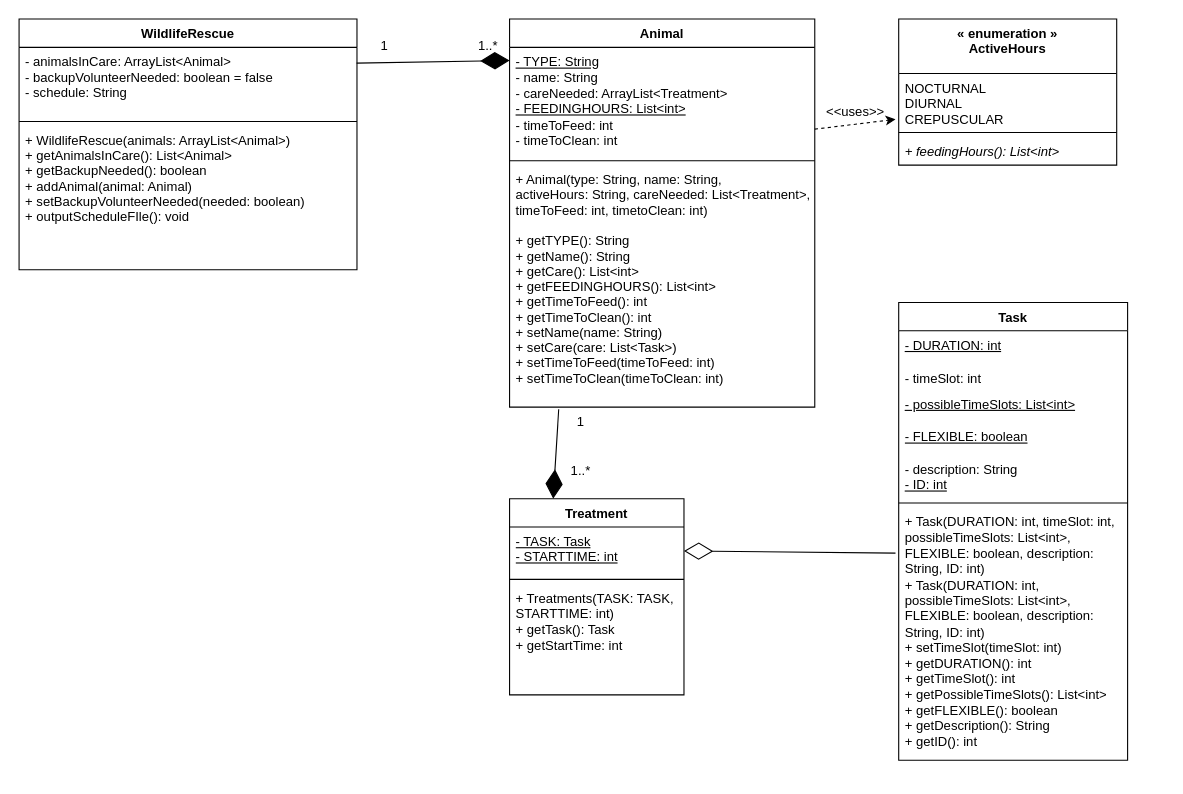
Above: 64.drawio in aryan-karadia/Mock-Schedule-Builder (draw.io), before the change. Source tidied: cells renumbered, new cells numbered last; positions are measured from the earlier drawing's top-left corner, leaving out a move shared by most shapes. Both pictures are drawn from the tidied source at 109%, with x=0, y=0 at pixel (19, 19).
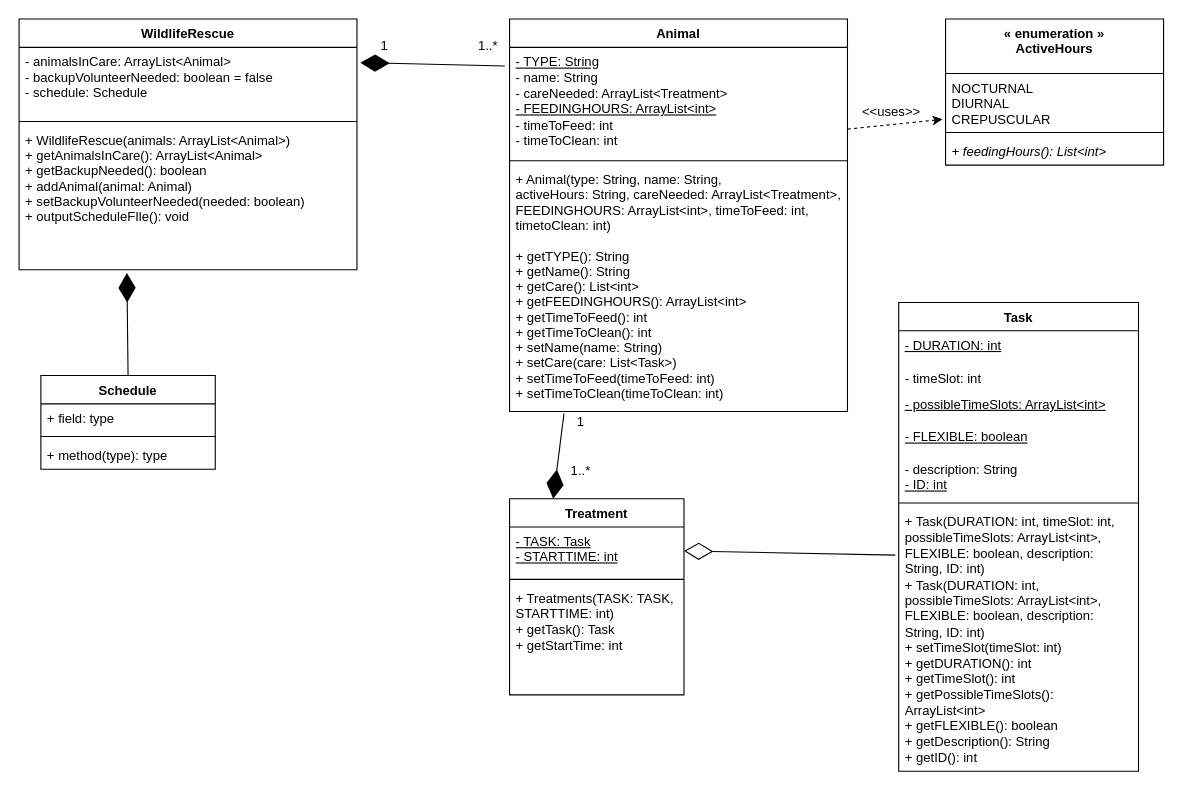
After the change.

Commit message:
Updated List<> to ArrayList<>

Unchanged cells that the change refers to:
```xml
<mxCell id="2" value="WildlifeRescue" style="swimlane;fontStyle=1;align=center;verticalAlign=top;horizontal=1;startSize=26;" parent="1" vertex="1">
  <mxGeometry width="310" height="230" as="geometry" />
</mxCell>
```

What changed in the source:
```diff
@@
-    <mxCell id="3" value="- animalsInCare: ArrayList&lt;Animal&gt;&#10;- backupVolunteerNeeded: boolean = false&#10;- schedule: String" style="text;strokeColor=none;fillColor=none;align=left;verticalAlign=top;spacingLeft=4;spacingRight=4;overflow=hidden;points=[[0,0.5],[1,0.5]];portConstraint=eastwest;" parent="2" vertex="1">
+    <mxCell id="3" value="- animalsInCare: ArrayList&lt;Animal&gt;&#10;- backupVolunteerNeeded: boolean = false&#10;- schedule: Schedule" style="text;strokeColor=none;fillColor=none;align=left;verticalAlign=top;spacingLeft=4;spacingRight=4;overflow=hidden;points=[[0,0.5],[1,0.5]];portConstraint=eastwest;" parent="2" vertex="1">
       <mxGeometry y="26" width="310" height="64" as="geometry" />
     </mxCell>
@@
-    <mxCell id="5" value="+ WildlifeRescue(animals: ArrayList&lt;Animal&gt;)&#10;+ getAnimalsInCare(): List&lt;Animal&gt;&#10;+ getBackupNeeded(): boolean&#10;+ addAnimal(animal: Animal)&#10;+ setBackupVolunteerNeeded(needed: boolean)&#10;+ outputScheduleFIle(): void" style="text;strokeColor=none;fillColor=none;align=left;verticalAlign=top;spacingLeft=4;spacingRight=4;overflow=hidden;points=[[0,0.5],[1,0.5]];portConstraint=eastwest;" parent="2" vertex="1">
+    <mxCell id="5" value="+ WildlifeRescue(animals: ArrayList&lt;Animal&gt;)&#10;+ getAnimalsInCare(): ArrayList&lt;Animal&gt;&#10;+ getBackupNeeded(): boolean&#10;+ addAnimal(animal: Animal)&#10;+ setBackupVolunteerNeeded(needed: boolean)&#10;+ outputScheduleFIle(): void" style="text;strokeColor=none;fillColor=none;align=left;verticalAlign=top;spacingLeft=4;spacingRight=4;overflow=hidden;points=[[0,0.5],[1,0.5]];portConstraint=eastwest;" parent="2" vertex="1">
       <mxGeometry y="98" width="310" height="132" as="geometry" />
     </mxCell>
     <mxCell id="6" value="Animal" style="swimlane;fontStyle=1;align=center;verticalAlign=top;horizontal=1;startSize=26;" parent="1" vertex="1">
-      <mxGeometry x="450" width="280" height="356" as="geometry" />
+      <mxGeometry x="450" width="310" height="360" as="geometry" />
     </mxCell>
-    <mxCell id="7" value="&lt;span style=&quot;font-family: Helvetica; font-size: 12px; font-style: normal; font-variant-ligatures: normal; font-variant-caps: normal; font-weight: 400; letter-spacing: normal; orphans: 2; text-align: left; text-indent: 0px; text-transform: none; widows: 2; word-spacing: 0px; -webkit-text-stroke-width: 0px; text-decoration-thickness: initial; text-decoration-style: initial; text-decoration-color: initial; float: none; display: inline !important;&quot;&gt;&lt;u&gt;- TYPE: String&lt;br&gt;&lt;/u&gt;- name: String&lt;br&gt;- careNeeded: ArrayList&amp;lt;Treatment&amp;gt;&lt;br&gt;&lt;u&gt;- FEEDINGHOURS: List&amp;lt;int&amp;gt;&lt;/u&gt;&lt;br&gt;- timeToFeed: int&lt;br&gt;- timeToClean: int&amp;nbsp;&lt;/span&gt;" style="text;whiteSpace=wrap;html=1;labelBackgroundColor=none;fontColor=default;spacingLeft=4;spacingRight=4;fontStyle=0;" parent="6" vertex="1">
-      <mxGeometry y="26" width="280" height="100" as="geometry" />
+    <mxCell id="7" value="&lt;span style=&quot;font-family: Helvetica; font-size: 12px; font-style: normal; font-variant-ligatures: normal; font-variant-caps: normal; font-weight: 400; letter-spacing: normal; orphans: 2; text-align: left; text-indent: 0px; text-transform: none; widows: 2; word-spacing: 0px; -webkit-text-stroke-width: 0px; text-decoration-thickness: initial; text-decoration-style: initial; text-decoration-color: initial; float: none; display: inline !important;&quot;&gt;&lt;u&gt;- TYPE: String&lt;br&gt;&lt;/u&gt;- name: String&lt;br&gt;- careNeeded: ArrayList&amp;lt;Treatment&amp;gt;&lt;br&gt;&lt;u&gt;- FEEDINGHOURS: ArrayList&amp;lt;int&amp;gt;&lt;/u&gt;&lt;br&gt;- timeToFeed: int&lt;br&gt;- timeToClean: int&amp;nbsp;&lt;/span&gt;" style="text;whiteSpace=wrap;html=1;labelBackgroundColor=none;fontColor=default;spacingLeft=4;spacingRight=4;fontStyle=0;" parent="6" vertex="1">
+      <mxGeometry y="26" width="310" height="100" as="geometry" />
     </mxCell>
     <mxCell id="8" style="line;strokeWidth=1;fillColor=none;align=left;verticalAlign=middle;spacingTop=-1;spacingLeft=3;spacingRight=3;labelPosition=right;strokeColor=inherit;" parent="6" vertex="1">
-      <mxGeometry y="126" width="280" height="8" as="geometry" />
+      <mxGeometry y="126" width="310" height="8" as="geometry" />
     </mxCell>
-    <mxCell id="9" value="+ Animal(type: String, name: String, &#10;activeHours: String, careNeeded: List&lt;Treatment&gt;, &#10;timeToFeed: int, timetoClean: int)&#10;&#10;+ getTYPE(): String&#10;+ getName(): String&#10;+ getCare(): List&lt;int&gt;&#10;+ getFEEDINGHOURS(): List&lt;int&gt;&#10;+ getTimeToFeed(): int&#10;+ getTimeToClean(): int&#10;+ setName(name: String)&#10;+ setCare(care: List&lt;Task&gt;)&#10;+ setTimeToFeed(timeToFeed: int)&#10;+ setTimeToClean(timeToClean: int)&#10;&#10;" style="text;strokeColor=none;fillColor=none;align=left;verticalAlign=top;spacingLeft=4;spacingRight=4;overflow=hidden;points=[[0,0.5],[1,0.5]];portConstraint=eastwest;" parent="6" vertex="1">
-      <mxGeometry y="134" width="280" height="222" as="geometry" />
+    <mxCell id="9" value="+ Animal(type: String, name: String, &#10;activeHours: String, careNeeded: ArrayList&lt;Treatment&gt;, &#10;FEEDINGHOURS: ArrayList&lt;int&gt;, timeToFeed: int, &#10;timetoClean: int)&#10;&#10;+ getTYPE(): String&#10;+ getName(): String&#10;+ getCare(): List&lt;int&gt;&#10;+ getFEEDINGHOURS(): ArrayList&lt;int&gt;&#10;+ getTimeToFeed(): int&#10;+ getTimeToClean(): int&#10;+ setName(name: String)&#10;+ setCare(care: List&lt;Task&gt;)&#10;+ setTimeToFeed(timeToFeed: int)&#10;+ setTimeToClean(timeToClean: int)&#10;&#10;" style="text;strokeColor=none;fillColor=none;align=left;verticalAlign=top;spacingLeft=4;spacingRight=4;overflow=hidden;points=[[0,0.5],[1,0.5]];portConstraint=eastwest;" parent="6" vertex="1">
+      <mxGeometry y="134" width="310" height="226" as="geometry" />
     </mxCell>
     <mxCell id="10" value="« enumeration »&lt;br style=&quot;border-color: var(--border-color); font-weight: 400;&quot;&gt;&lt;b style=&quot;border-color: var(--border-color);&quot;&gt;ActiveHours&lt;/b&gt;" style="swimlane;fontStyle=1;align=center;verticalAlign=top;horizontal=1;startSize=50;whiteSpace=wrap;html=1;" parent="1" vertex="1">
-      <mxGeometry x="807" width="200" height="134" as="geometry" />
+      <mxGeometry x="850" width="200" height="134" as="geometry" />
     </mxCell>
@@
-    <mxCell id="14" style="endArrow=diamondThin;endFill=1;endSize=24;html=1;rounded=0;exitX=0.999;exitY=0.225;exitDx=0;exitDy=0;exitPerimeter=0;entryX=0;entryY=0.5;entryDx=0;entryDy=0;" parent="1" edge="1" source="3">
-      <mxGeometry relative="1" as="geometry">
-        <mxPoint x="450" y="38" as="targetPoint" />
-      </mxGeometry>
+    <mxCell id="14" style="endArrow=diamondThin;endFill=1;endSize=24;html=1;rounded=0;entryX=1.01;entryY=0.219;entryDx=0;entryDy=0;entryPerimeter=0;exitX=-0.014;exitY=0.17;exitDx=0;exitDy=0;exitPerimeter=0;" parent="1" edge="1" source="7" target="3">
+      <mxGeometry relative="1" as="geometry" />
     </mxCell>
     <mxCell id="15" value="Task" style="swimlane;fontStyle=1;align=center;verticalAlign=top;horizontal=1;startSize=26;whiteSpace=wrap;html=1;" parent="1" vertex="1">
-      <mxGeometry x="807" y="260" width="210" height="420" as="geometry" />
+      <mxGeometry x="807" y="260" width="220" height="430" as="geometry" />
     </mxCell>
     <mxCell id="16" value="&lt;u&gt;- DURATION: int&lt;/u&gt;" style="text;html=1;strokeColor=none;fillColor=none;align=left;verticalAlign=top;whiteSpace=wrap;rounded=0;spacingLeft=4;spacingRight=4;" parent="15" vertex="1">
-      <mxGeometry y="26" width="210" height="30" as="geometry" />
+      <mxGeometry y="26" width="220" height="30" as="geometry" />
     </mxCell>
     <mxCell id="17" value="- timeSlot: int" style="text;strokeColor=none;fillColor=none;align=left;verticalAlign=top;spacingLeft=4;spacingRight=4;overflow=hidden;whiteSpace=wrap;html=1;" parent="15" vertex="1">
-      <mxGeometry y="56" width="210" height="24" as="geometry" />
+      <mxGeometry y="56" width="220" height="24" as="geometry" />
     </mxCell>
-    <mxCell id="18" value="&lt;u&gt;- possibleTimeSlots: List&amp;lt;int&amp;gt;&lt;br&gt;&lt;br&gt;&lt;/u&gt;" style="text;html=1;strokeColor=none;fillColor=none;align=left;verticalAlign=top;whiteSpace=wrap;rounded=0;spacingLeft=4;spacingRight=4;" parent="15" vertex="1">
-      <mxGeometry y="80" width="210" height="30" as="geometry" />
+    <mxCell id="18" value="&lt;u&gt;- possibleTimeSlots: ArrayList&amp;lt;int&amp;gt;&lt;br&gt;&lt;br&gt;&lt;/u&gt;" style="text;html=1;strokeColor=none;fillColor=none;align=left;verticalAlign=top;whiteSpace=wrap;rounded=0;spacingLeft=4;spacingRight=4;" parent="15" vertex="1">
+      <mxGeometry y="80" width="220" height="30" as="geometry" />
     </mxCell>
     <mxCell id="19" value="&lt;u&gt;- FLEXIBLE: boolean&lt;/u&gt;" style="text;strokeColor=none;fillColor=none;align=left;verticalAlign=top;spacingLeft=4;spacingRight=4;overflow=hidden;whiteSpace=wrap;html=1;" parent="15" vertex="1">
-      <mxGeometry y="110" width="210" height="30" as="geometry" />
+      <mxGeometry y="110" width="220" height="30" as="geometry" />
     </mxCell>
     <mxCell id="20" value="- description: String&lt;br&gt;&lt;u&gt;- ID: int&lt;/u&gt;" style="text;html=1;strokeColor=none;fillColor=none;align=left;verticalAlign=top;whiteSpace=wrap;rounded=0;spacingLeft=4;spacingRight=4;" parent="15" vertex="1">
-      <mxGeometry y="140" width="210" height="40" as="geometry" />
+      <mxGeometry y="140" width="220" height="40" as="geometry" />
     </mxCell>
     <mxCell id="21" style="line;strokeWidth=1;fillColor=none;align=left;verticalAlign=middle;spacingTop=-1;spacingLeft=3;spacingRight=3;labelPosition=right;strokeColor=inherit;" parent="15" vertex="1">
-      <mxGeometry y="180" width="210" height="8" as="geometry" />
+      <mxGeometry y="180" width="220" height="8" as="geometry" />
     </mxCell>
-    <mxCell id="22" value="+ Task(DURATION: int, timeSlot: int, possibleTimeSlots: List&amp;lt;int&amp;gt;, FLEXIBLE: boolean, description: String, ID: int)&lt;br&gt;+ Task(DURATION: int, possibleTimeSlots: List&amp;lt;int&amp;gt;, FLEXIBLE: boolean, description: String, ID: int)&lt;br&gt;+ setTimeSlot(timeSlot: int)&lt;br&gt;+ getDURATION(): int&lt;br&gt;+ getTimeSlot(): int&lt;br&gt;+ getPossibleTimeSlots(): List&amp;lt;int&amp;gt;&lt;br&gt;+ getFLEXIBLE(): boolean&lt;br&gt;+ getDescription(): String&lt;br&gt;+ getID(): int" style="text;strokeColor=none;fillColor=none;align=left;verticalAlign=top;spacingLeft=4;spacingRight=4;overflow=hidden;points=[[0,0.5],[1,0.5]];portConstraint=eastwest;whiteSpace=wrap;html=1;" parent="15" vertex="1">
-      <mxGeometry y="188" width="210" height="232" as="geometry" />
+    <mxCell id="22" value="+ Task(DURATION: int, timeSlot: int, possibleTimeSlots: ArrayList&amp;lt;int&amp;gt;, FLEXIBLE: boolean, description: String, ID: int)&lt;br&gt;+ Task(DURATION: int, possibleTimeSlots: ArrayList&amp;lt;int&amp;gt;, FLEXIBLE: boolean, description: String, ID: int)&lt;br&gt;+ setTimeSlot(timeSlot: int)&lt;br&gt;+ getDURATION(): int&lt;br&gt;+ getTimeSlot(): int&lt;br&gt;+ getPossibleTimeSlots(): ArrayList&amp;lt;int&amp;gt;&lt;br&gt;+ getFLEXIBLE(): boolean&lt;br&gt;+ getDescription(): String&lt;br&gt;+ getID(): int" style="text;strokeColor=none;fillColor=none;align=left;verticalAlign=top;spacingLeft=4;spacingRight=4;overflow=hidden;points=[[0,0.5],[1,0.5]];portConstraint=eastwest;whiteSpace=wrap;html=1;" parent="15" vertex="1">
+      <mxGeometry y="188" width="220" height="242" as="geometry" />
     </mxCell>
@@
     <mxCell id="26" value="&amp;lt;&amp;lt;uses&amp;gt;&amp;gt;" style="text;html=1;align=center;verticalAlign=middle;strokeColor=none;fillColor=none;" parent="1" vertex="1">
-      <mxGeometry x="727" y="70" width="80" height="30" as="geometry" />
+      <mxGeometry x="760" y="70" width="80" height="30" as="geometry" />
     </mxCell>
@@
+    <mxCell id="35" value="Schedule" style="swimlane;fontStyle=1;align=center;verticalAlign=top;horizontal=1;startSize=26;whiteSpace=wrap;html=1;" parent="1" vertex="1">
+      <mxGeometry x="20" y="327" width="160" height="86" as="geometry" />
+    </mxCell>
+    <mxCell id="36" value="+ field: type" style="text;strokeColor=none;fillColor=none;align=left;verticalAlign=top;spacingLeft=4;spacingRight=4;overflow=hidden;whiteSpace=wrap;html=1;" parent="35" vertex="1">
+      <mxGeometry y="26" width="160" height="26" as="geometry" />
+    </mxCell>
+    <mxCell id="37" style="line;strokeWidth=1;fillColor=none;align=left;verticalAlign=middle;spacingTop=-1;spacingLeft=3;spacingRight=3;labelPosition=right;strokeColor=inherit;" parent="35" vertex="1">
+      <mxGeometry y="52" width="160" height="8" as="geometry" />
+    </mxCell>
+    <mxCell id="38" value="+ method(type): type" style="text;strokeColor=none;fillColor=none;align=left;verticalAlign=top;spacingLeft=4;spacingRight=4;overflow=hidden;whiteSpace=wrap;html=1;" parent="35" vertex="1">
+      <mxGeometry y="60" width="160" height="26" as="geometry" />
+    </mxCell>
+    <mxCell id="39" style="endArrow=diamondThin;endFill=1;endSize=24;html=1;rounded=0;exitX=0.5;exitY=0;exitDx=0;exitDy=0;entryX=0.319;entryY=1.023;entryDx=0;entryDy=0;entryPerimeter=0;" parent="1" edge="1" source="35" target="5">
+      <mxGeometry relative="1" as="geometry" />
+    </mxCell>
```
